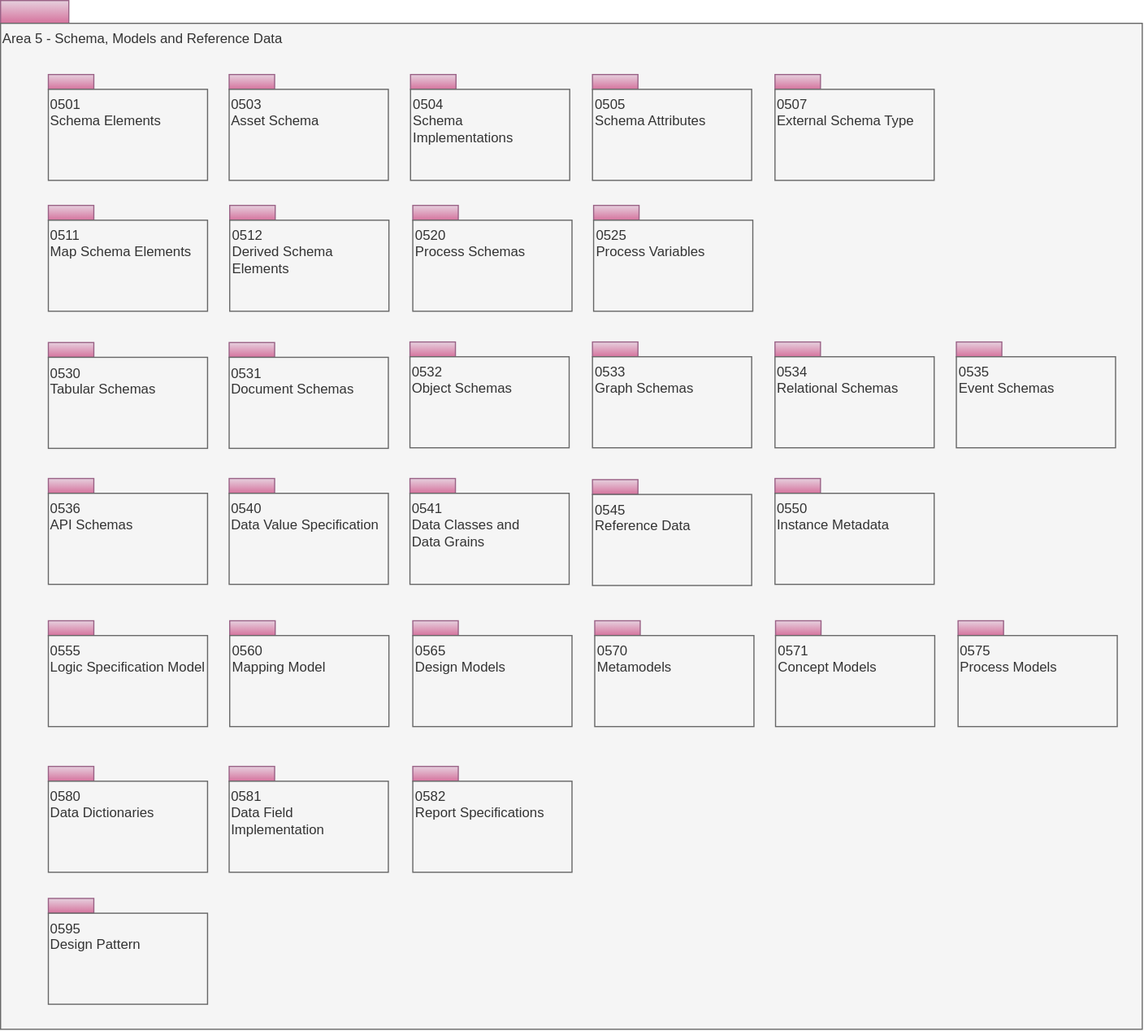
Above: site/docs/types/5/area-5-models-and-schema-overview.svg in odpi/egeria-docs (draw.io), before the change. Source tidied: cells renumbered, new cells last; positions are measured from the earlier drawing's top-left corner, leaving out a move shared by most shapes.
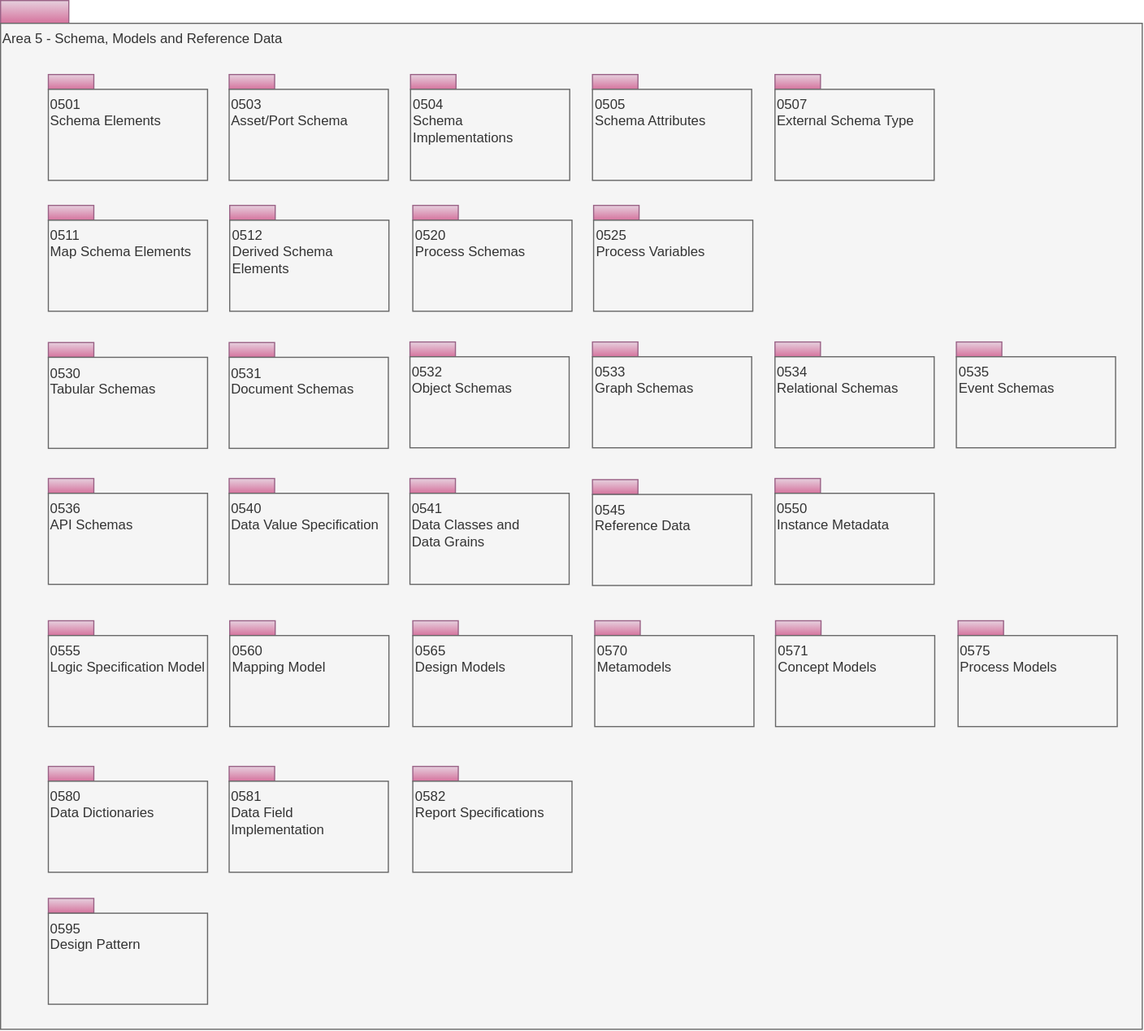
Later version of the same file.

The edit, as a diff of the source:
```diff
@@ -17,7 +17,7 @@
     <mxCell id="6" style="rounded=0;whiteSpace=wrap;html=1;align=left;fillColor=#e6d0de;strokeColor=#996185;gradientColor=#d5739d;" parent="1" vertex="1">
       <mxGeometry x="201" y="65" width="40" height="13" as="geometry" />
     </mxCell>
-    <mxCell id="7" value="0503&lt;br&gt;Asset Schema&lt;br&gt;" style="rounded=0;whiteSpace=wrap;html=1;align=left;verticalAlign=top;fillColor=#f5f5f5;fontColor=#333333;strokeColor=#666666;" parent="1" vertex="1">
+    <mxCell id="7" value="0503&lt;br&gt;Asset/Port Schema" style="rounded=0;whiteSpace=wrap;html=1;align=left;verticalAlign=top;fillColor=#f5f5f5;fontColor=#333333;strokeColor=#666666;" parent="1" vertex="1">
       <mxGeometry x="201" y="78" width="140" height="80" as="geometry" />
     </mxCell>
     <mxCell id="8" style="rounded=0;whiteSpace=wrap;html=1;align=left;fillColor=#e6d0de;strokeColor=#996185;gradientColor=#d5739d;" parent="1" vertex="1">
```
